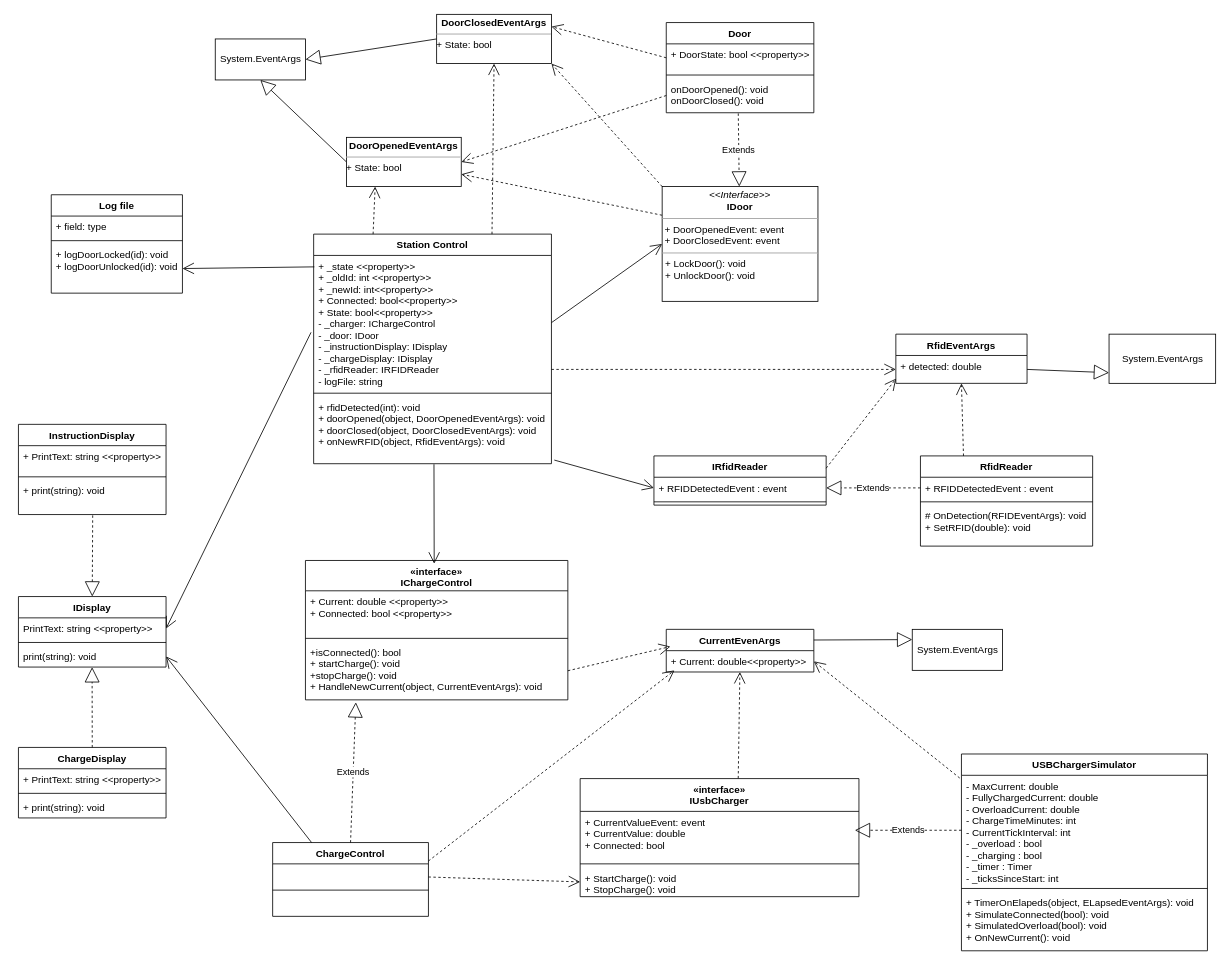
The draw.io diagram UML HandIn2 opdateret kl.13.49 24-3.drawio in ThomasStenholtLaursen/ChargingCabinet, before the edit. Source tidied: cells renumbered, new cells numbered last; positions are measured from the earlier drawing's top-left corner, leaving out a move shared by most shapes. Both pictures are drawn from the tidied source at 82%, with x=0, y=0 at pixel (18, 14).
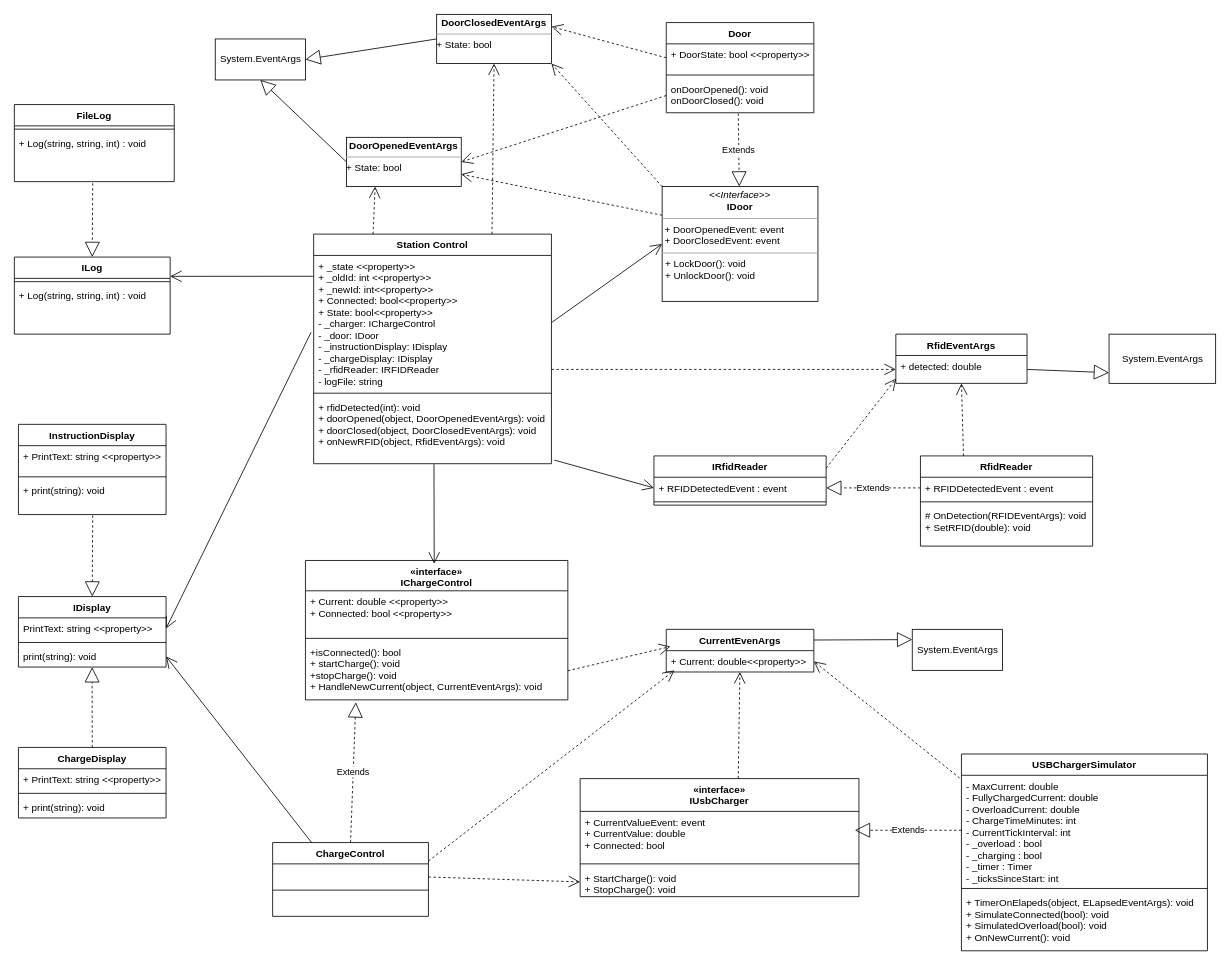
The same page after the edit.

Commit message:
Ændring af klassediagram. Tilføjelse af interface til logfile

Unchanged cells that the change refers to:
```xml
<mxCell id="9" value="+ _state &lt;&lt;property&gt;&gt;&#10;+ _oldId: int &lt;&lt;property&gt;&gt;&#10;+ _newId: int&lt;&lt;property&gt;&gt;&#10;+ Connected: bool&lt;&lt;property&gt;&gt;&#10;+ State: bool&lt;&lt;property&gt;&gt;&#10;- _charger: IChargeControl&#10;- _door: IDoor&#10;- _instructionDisplay: IDisplay&#10;- _chargeDisplay: IDisplay&#10;- _rfidReader: IRFIDReader&#10;- logFile: string" style="text;strokeColor=none;fillColor=none;align=left;verticalAlign=top;spacingLeft=4;spacingRight=4;overflow=hidden;points=[[0,0.5],[1,0.5]];portConstraint=eastwest;" parent="8" vertex="1">
  <mxGeometry y="26" width="290" height="164" as="geometry" />
</mxCell>
```

Diff of the diagram source:
```diff
@@
-    <mxCell id="12" value="Log file" style="swimlane;fontStyle=1;align=center;verticalAlign=top;horizontal=1;startSize=26;" parent="1" vertex="1">
-      <mxGeometry x="40" y="220" width="160" height="120" as="geometry" />
+    <mxCell id="12" value="FileLog" style="swimlane;fontStyle=1;align=center;verticalAlign=top;horizontal=1;startSize=26;" parent="1" vertex="1">
+      <mxGeometry x="-5" y="110" width="195" height="94" as="geometry" />
     </mxCell>
-    <mxCell id="13" value="+ field: type" style="text;strokeColor=none;fillColor=none;align=left;verticalAlign=top;spacingLeft=4;spacingRight=4;overflow=hidden;" parent="12" vertex="1">
-      <mxGeometry y="26" width="160" height="26" as="geometry" />
-    </mxCell>
     <mxCell id="14" style="line;strokeWidth=1;fillColor=none;align=left;verticalAlign=middle;spacingTop=-1;spacingLeft=3;spacingRight=3;labelPosition=right;" parent="12" vertex="1">
-      <mxGeometry y="52" width="160" height="8" as="geometry" />
+      <mxGeometry y="26" width="195" height="8" as="geometry" />
     </mxCell>
-    <mxCell id="15" value="+ logDoorLocked(id): void&#10;+ logDoorUnlocked(id): void" style="text;strokeColor=none;fillColor=none;align=left;verticalAlign=top;spacingLeft=4;spacingRight=4;overflow=hidden;points=[[0,0.5],[1,0.5]];portConstraint=eastwest;" parent="12" vertex="1">
-      <mxGeometry y="60" width="160" height="60" as="geometry" />
+    <mxCell id="15" value="+ Log(string, string, int) : void" style="text;strokeColor=none;fillColor=none;align=left;verticalAlign=top;spacingLeft=4;spacingRight=4;overflow=hidden;points=[[0,0.5],[1,0.5]];portConstraint=eastwest;" parent="12" vertex="1">
+      <mxGeometry y="34" width="195" height="60" as="geometry" />
     </mxCell>
@@
-    <mxCell id="67" style="endArrow=open;endSize=12;html=1;rounded=0;exitX=0.003;exitY=0.085;exitDx=0;exitDy=0;entryX=1;entryY=0.5;entryDx=0;entryDy=0;endFill=0;exitPerimeter=0;" parent="1" edge="1" source="9" target="15">
+    <mxCell id="67" style="endArrow=open;endSize=12;html=1;rounded=0;exitX=-0.003;exitY=0.155;exitDx=0;exitDy=0;entryX=1;entryY=0.25;entryDx=0;entryDy=0;endFill=0;exitPerimeter=0;" parent="1" edge="1" source="9" target="87">
       <mxGeometry relative="1" as="geometry" />
     </mxCell>
@@
+    <mxCell id="87" value="ILog" style="swimlane;fontStyle=1;align=center;verticalAlign=top;horizontal=1;startSize=26;" parent="1" vertex="1">
+      <mxGeometry x="-5" y="296" width="190" height="94" as="geometry" />
+    </mxCell>
+    <mxCell id="88" style="line;strokeWidth=1;fillColor=none;align=left;verticalAlign=middle;spacingTop=-1;spacingLeft=3;spacingRight=3;labelPosition=right;" parent="87" vertex="1">
+      <mxGeometry y="26" width="190" height="8" as="geometry" />
+    </mxCell>
+    <mxCell id="89" value="+ Log(string, string, int) : void" style="text;strokeColor=none;fillColor=none;align=left;verticalAlign=top;spacingLeft=4;spacingRight=4;overflow=hidden;" parent="87" vertex="1">
+      <mxGeometry y="34" width="190" height="60" as="geometry" />
+    </mxCell>
+    <mxCell id="90" style="endArrow=block;endSize=16;endFill=0;html=1;rounded=0;dashed=1;entryX=0.5;entryY=0;entryDx=0;entryDy=0;exitX=0.49;exitY=1.033;exitDx=0;exitDy=0;exitPerimeter=0;" parent="1" edge="1" source="15" target="87">
+      <mxGeometry x="0.14" y="-19" relative="1" as="geometry" />
+    </mxCell>
```
